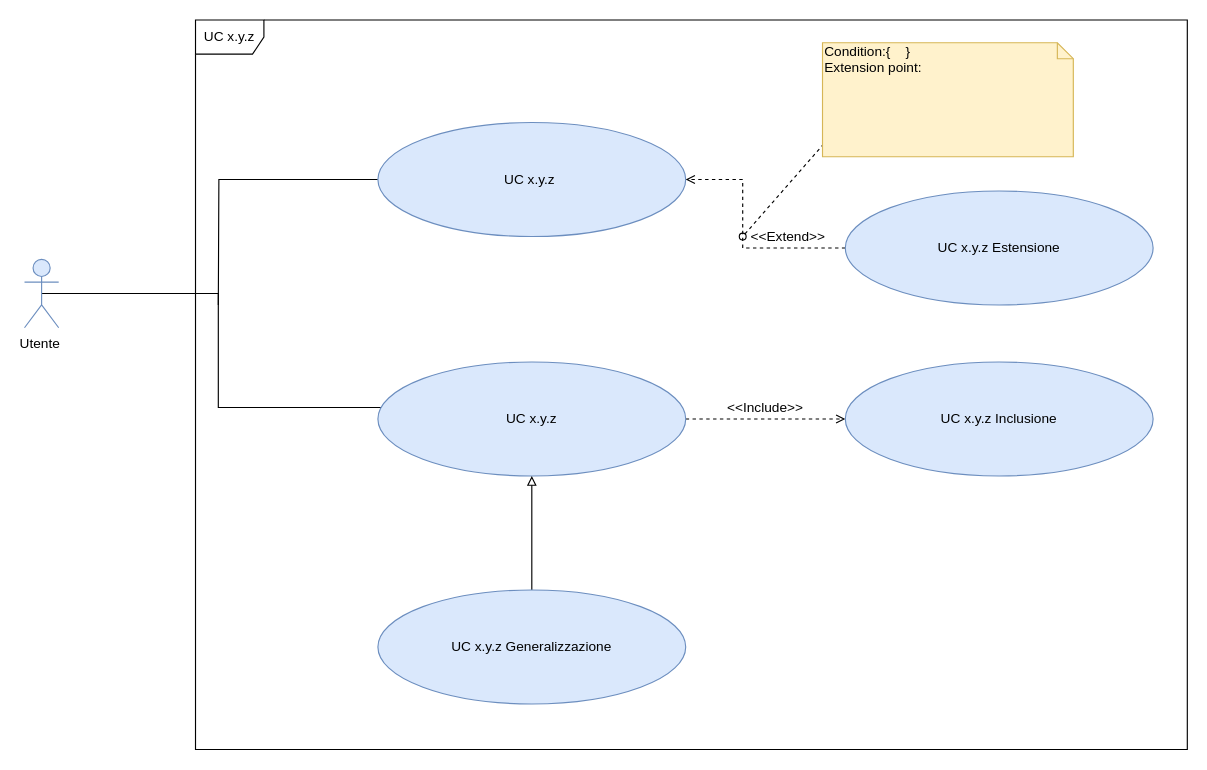
The draw.io diagram DocumentazioneEsterna/GuidaLatexUC/TemplateSchemaUseCase.drawio in qb-team/Stalker-Documentazione, before the edit. Source tidied: cells renumbered, new cells numbered last; positions are measured from the earlier drawing's top-left corner, leaving out a move shared by most shapes. Both pictures are drawn from the tidied source at 114%, with x=0, y=0 at pixel (24, 19).
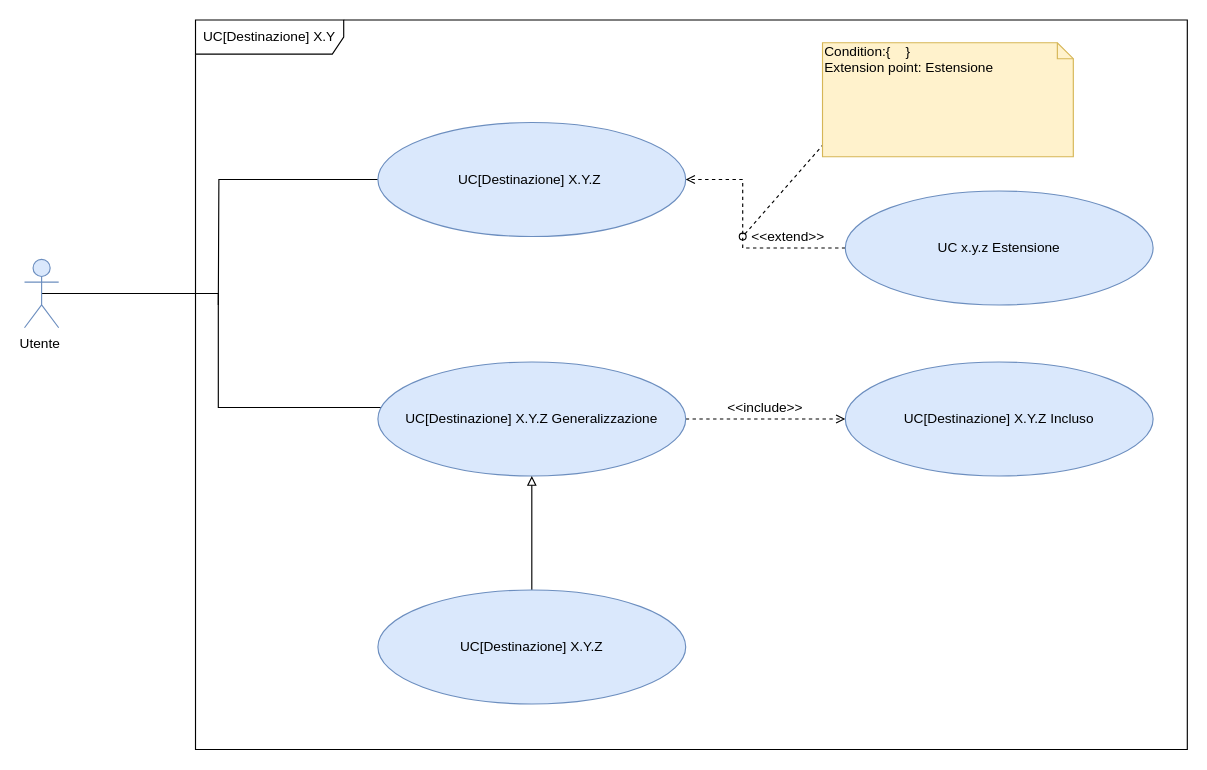
The same page after the edit.

Commit message (it also covers changes not shown here):
Aggiornato template di caso d'uso, anche per diagramma

The edit, as a diff of the source:
```diff
@@
-    <mxCell id="2" value="UC x.y.z" style="shape=umlFrame;whiteSpace=wrap;html=1;" parent="1" vertex="1">
+    <mxCell id="2" value="UC[Destinazione] X.Y" style="shape=umlFrame;whiteSpace=wrap;html=1;width=130;height=30;" parent="1" vertex="1">
       <mxGeometry x="150" width="870" height="640" as="geometry" />
     </mxCell>
@@
-    <mxCell id="6" value="UC x.y.z&amp;nbsp;" style="ellipse;whiteSpace=wrap;html=1;fillColor=#dae8fc;strokeColor=#6c8ebf;" parent="1" vertex="1">
+    <mxCell id="6" value="UC[Destinazione] X.Y.Z&amp;nbsp;" style="ellipse;whiteSpace=wrap;html=1;fillColor=#dae8fc;strokeColor=#6c8ebf;" parent="1" vertex="1">
       <mxGeometry x="310" y="90" width="270" height="100" as="geometry" />
     </mxCell>
@@
-    <mxCell id="8" value="UC x.y.z" style="ellipse;whiteSpace=wrap;html=1;fillColor=#dae8fc;strokeColor=#6c8ebf;" parent="1" vertex="1">
+    <mxCell id="8" value="UC[Destinazione] X.Y.Z Generalizzazione" style="ellipse;whiteSpace=wrap;html=1;fillColor=#dae8fc;strokeColor=#6c8ebf;" parent="1" vertex="1">
       <mxGeometry x="310" y="300" width="270" height="100" as="geometry" />
     </mxCell>
@@
-    <mxCell id="11" value="&amp;lt;&amp;lt;Extend&amp;gt;&amp;gt;" style="text;html=1;strokeColor=none;fillColor=none;align=center;verticalAlign=middle;whiteSpace=wrap;rounded=0;" parent="1" vertex="1">
+    <mxCell id="11" value="&amp;lt;&amp;lt;extend&amp;gt;&amp;gt;" style="text;html=1;strokeColor=none;fillColor=none;align=center;verticalAlign=middle;whiteSpace=wrap;rounded=0;" parent="1" vertex="1">
       <mxGeometry x="650" y="180" width="40" height="20" as="geometry" />
     </mxCell>
-    <mxCell id="12" value="UC x.y.z Inclusione" style="ellipse;whiteSpace=wrap;html=1;fillColor=#dae8fc;strokeColor=#6c8ebf;" parent="1" vertex="1">
+    <mxCell id="12" value="UC[Destinazione] X.Y.Z Incluso" style="ellipse;whiteSpace=wrap;html=1;fillColor=#dae8fc;strokeColor=#6c8ebf;" parent="1" vertex="1">
       <mxGeometry x="720" y="300" width="270" height="100" as="geometry" />
     </mxCell>
-    <mxCell id="13" value="&amp;lt;&amp;lt;Include&amp;gt;&amp;gt;" style="text;html=1;strokeColor=none;fillColor=none;align=center;verticalAlign=middle;whiteSpace=wrap;rounded=0;" parent="1" vertex="1">
+    <mxCell id="13" value="&amp;lt;&amp;lt;include&amp;gt;&amp;gt;" style="text;html=1;strokeColor=none;fillColor=none;align=center;verticalAlign=middle;whiteSpace=wrap;rounded=0;" parent="1" vertex="1">
       <mxGeometry x="630" y="330" width="40" height="20" as="geometry" />
     </mxCell>
@@
-    <mxCell id="15" value="Condition:{&amp;nbsp; &amp;nbsp; }&lt;br&gt;Extension point:" style="shape=note;whiteSpace=wrap;html=1;size=14;verticalAlign=top;align=left;spacingTop=-6;fillColor=#fff2cc;strokeColor=#d6b656;" parent="1" vertex="1">
+    <mxCell id="15" value="Condition:{&amp;nbsp; &amp;nbsp; }&lt;br&gt;Extension point: Estensione" style="shape=note;whiteSpace=wrap;html=1;size=14;verticalAlign=top;align=left;spacingTop=-6;fillColor=#fff2cc;strokeColor=#d6b656;" parent="1" vertex="1">
       <mxGeometry x="700" y="20" width="220" height="100" as="geometry" />
     </mxCell>
@@
-    <mxCell id="17" value="UC x.y.z Generalizzazione" style="ellipse;whiteSpace=wrap;html=1;fillColor=#dae8fc;strokeColor=#6c8ebf;" parent="1" vertex="1">
+    <mxCell id="17" value="UC[Destinazione] X.Y.Z" style="ellipse;whiteSpace=wrap;html=1;fillColor=#dae8fc;strokeColor=#6c8ebf;" parent="1" vertex="1">
       <mxGeometry x="310" y="500" width="270" height="100" as="geometry" />
     </mxCell>
```
